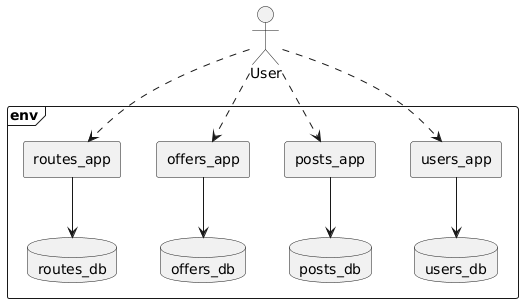
Before: docs/diagrams/components.png, a diagram exported from PlantUML (EstebanCardenas/MISW4301---Cloud-Native). Its source is kept beside it as docs/diagrams/components.puml. Source of this version:
```plantuml
@startuml components
skinparam componentStyle rectangle

actor User

frame "env" {

    component "users_app" as usersApp
    database "users_db" as usersDb

    component "posts_app" as postsApp
    database "posts_db" as postsDb

    component "offers_app" as offersApp
    database "offers_db" as offersDb

    component "routes_app" as routesApp
    database "routes_db" as routesDb

    User ..> usersApp
    User ..> postsApp
    User ..> offersApp
    User ..> routesApp

    usersApp --> usersDb
    postsApp --> postsDb
    offersApp --> offersDb
    routesApp --> routesDb
}
@enduml
```
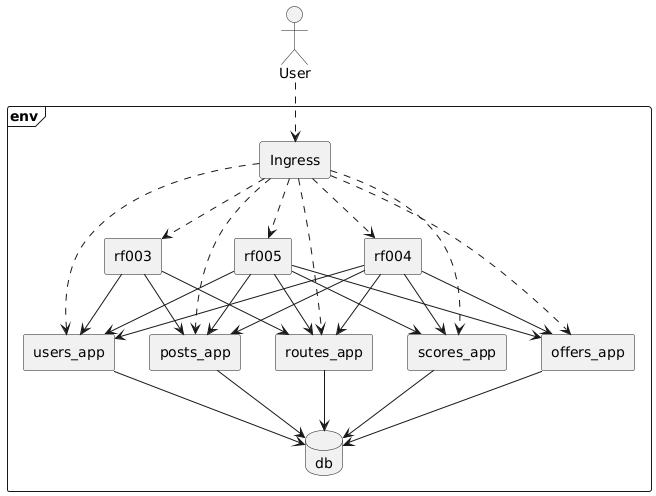
After the change.

Diff of the diagram source:
```diff
@@ -5,26 +5,55 @@
 
 frame "env" {
 
+    component "Ingress" as ingress
+
     component "users_app" as usersApp
-    database "users_db" as usersDb
 
     component "posts_app" as postsApp
-    database "posts_db" as postsDb
 
     component "offers_app" as offersApp
-    database "offers_db" as offersDb
 
     component "routes_app" as routesApp
-    database "routes_db" as routesDb
 
-    User ..> usersApp
-    User ..> postsApp
-    User ..> offersApp
-    User ..> routesApp
+    component "scores_app" as scoresApp
 
-    usersApp --> usersDb
-    postsApp --> postsDb
-    offersApp --> offersDb
-    routesApp --> routesDb
+    component "rf003" as rf003
+    component "rf004" as rf004
+    component "rf005" as rf005
+
+    User ..> ingress
+
+    ingress ..> usersApp
+    ingress ..> postsApp
+    ingress ..> routesApp
+    ingress ..> offersApp
+    ingress ..> scoresApp
+    ingress ..> rf003
+    ingress ..> rf004
+    ingress ..> rf005
+
+    rf003 --> usersApp
+    rf003 --> postsApp
+    rf003 --> routesApp
+
+    rf004 --> usersApp
+    rf004 --> postsApp
+    rf004 --> routesApp
+    rf004 --> offersApp
+    rf004 --> scoresApp
+
+    rf005 --> usersApp
+    rf005 --> postsApp
+    rf005 --> routesApp
+    rf005 --> offersApp
+    rf005 --> scoresApp
+
+
+    database "db" as db
+    usersApp --> db
+    postsApp --> db
+    offersApp --> db
+    routesApp --> db
+    scoresApp --> db
 }
 @enduml
```
